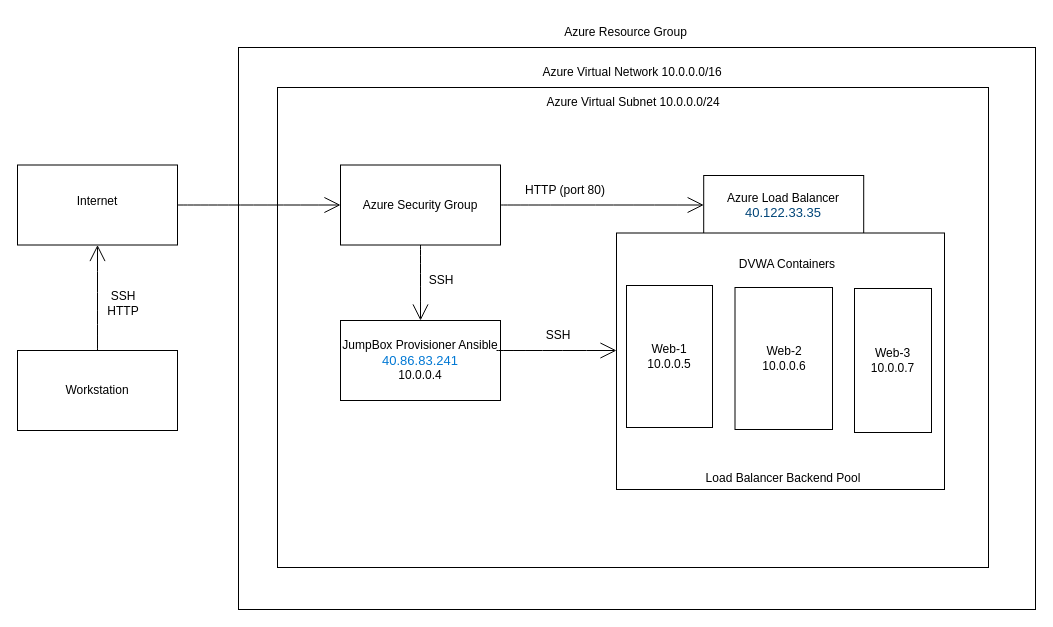
Before: HW12CloudUnit.drawio in esteveziegler/literate-octo-sniffle, a draw.io diagram. Source tidied: cells renumbered, new cells numbered last; positions are measured from the earlier drawing's top-left corner, leaving out a move shared by most shapes. Both pictures are drawn from the tidied source at 100%, with x=0, y=0 at pixel (17, 17).
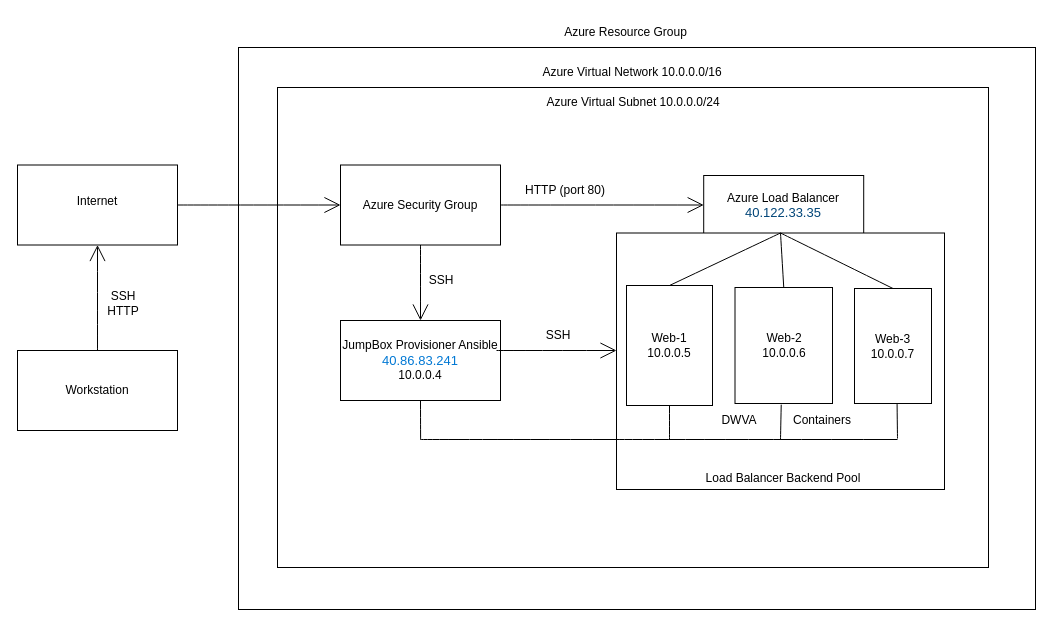
After the change.

The change refers to these unchanged cells:
```xml
<mxCell id="20" value="JumpBox Provisioner Ansible&lt;br&gt;&lt;span style=&quot;color: rgb(0 , 120 , 212) ; font-family: &amp;#34;az_ea_font&amp;#34; , &amp;#34;segoe ui&amp;#34; , &amp;#34;az_font&amp;#34; , , , &amp;#34;blinkmacsystemfont&amp;#34; , &amp;#34;roboto&amp;#34; , &amp;#34;oxygen&amp;#34; , &amp;#34;ubuntu&amp;#34; , &amp;#34;cantarell&amp;#34; , &amp;#34;open sans&amp;#34; , &amp;#34;helvetica neue&amp;#34; , sans-serif ; font-size: 13px&quot;&gt;40.86.83.241&lt;br&gt;&lt;/span&gt;10.0.0.4" style="rounded=0;whiteSpace=wrap;html=1;hachureGap=4;" parent="1" vertex="1">
  <mxGeometry x="323" y="303" width="160" height="80" as="geometry" />
</mxCell>
<mxCell id="23" style="rounded=0;whiteSpace=wrap;html=1;hachureGap=4;" parent="1" vertex="1">
  <mxGeometry x="599" y="215.5" width="328" height="256.5" as="geometry" />
</mxCell>
```

What changed in the source:
```diff
@@
     <mxCell id="24" value="Web-1&lt;br&gt;10.0.0.5" style="rounded=0;whiteSpace=wrap;html=1;hachureGap=4;" parent="1" vertex="1">
-      <mxGeometry x="609" y="268" width="86" height="142" as="geometry" />
+      <mxGeometry x="609" y="268" width="86" height="120" as="geometry" />
     </mxCell>
     <mxCell id="25" value="Web-2&lt;br&gt;10.0.0.6" style="rounded=0;whiteSpace=wrap;html=1;hachureGap=4;" parent="1" vertex="1">
-      <mxGeometry x="717.5" y="270" width="97.5" height="142" as="geometry" />
+      <mxGeometry x="717.5" y="270" width="97.5" height="116" as="geometry" />
     </mxCell>
     <mxCell id="26" value="Web-3&lt;br&gt;10.0.0.7" style="rounded=0;whiteSpace=wrap;html=1;hachureGap=4;" parent="1" vertex="1">
-      <mxGeometry x="837" y="271" width="77" height="144" as="geometry" />
+      <mxGeometry x="837" y="271" width="77" height="115" as="geometry" />
     </mxCell>
@@
-    <mxCell id="28" value="DVWA Containers" style="text;strokeColor=none;fillColor=none;html=1;align=center;verticalAlign=middle;whiteSpace=wrap;rounded=0;hachureGap=4;" parent="1" vertex="1">
-      <mxGeometry x="709" y="232" width="122" height="30" as="geometry" />
-    </mxCell>
@@
+    <mxCell id="30" style="endArrow=none;html=1;rounded=0;startSize=14;endSize=14;sourcePerimeterSpacing=8;targetPerimeterSpacing=8;curved=1;entryX=0.5;entryY=1;entryDx=0;entryDy=0;" parent="1" edge="1" target="20">
+      <mxGeometry relative="1" as="geometry">
+        <mxPoint x="403.1" y="422" as="sourcePoint" />
+      </mxGeometry>
+    </mxCell>
+    <mxCell id="31" style="endArrow=none;html=1;rounded=0;startSize=14;endSize=14;sourcePerimeterSpacing=8;targetPerimeterSpacing=8;curved=1;entryX=0.474;entryY=1.01;entryDx=0;entryDy=0;entryPerimeter=0;" parent="1" edge="1" target="25">
+      <mxGeometry relative="1" as="geometry">
+        <mxPoint x="763" y="422" as="sourcePoint" />
+      </mxGeometry>
+    </mxCell>
+    <mxCell id="32" style="endArrow=none;html=1;rounded=0;startSize=14;endSize=14;sourcePerimeterSpacing=8;targetPerimeterSpacing=8;curved=1;entryX=0.5;entryY=1;entryDx=0;entryDy=0;" parent="1" edge="1" target="24">
+      <mxGeometry relative="1" as="geometry">
+        <mxPoint x="652" y="422" as="sourcePoint" />
+      </mxGeometry>
+    </mxCell>
+    <mxCell id="33" style="endArrow=none;html=1;rounded=0;startSize=14;endSize=14;sourcePerimeterSpacing=8;curved=1;" parent="1" edge="1">
+      <mxGeometry relative="1" as="geometry">
+        <mxPoint x="597.2" y="422" as="sourcePoint" />
+        <mxPoint x="880" y="422" as="targetPoint" />
+      </mxGeometry>
+    </mxCell>
+    <mxCell id="34" style="endArrow=none;html=1;rounded=0;startSize=14;endSize=14;sourcePerimeterSpacing=8;targetPerimeterSpacing=8;curved=1;" parent="1" edge="1">
+      <mxGeometry relative="1" as="geometry">
+        <mxPoint x="873" y="417" as="sourcePoint" />
+        <mxPoint x="873" y="417" as="targetPoint" />
+      </mxGeometry>
+    </mxCell>
+    <mxCell id="35" style="endArrow=none;html=1;rounded=0;startSize=14;endSize=14;sourcePerimeterSpacing=8;targetPerimeterSpacing=8;curved=1;entryX=0.553;entryY=1.005;entryDx=0;entryDy=0;entryPerimeter=0;" parent="1" edge="1" target="26">
+      <mxGeometry relative="1" as="geometry">
+        <mxPoint x="880" y="421" as="sourcePoint" />
+      </mxGeometry>
+    </mxCell>
+    <mxCell id="36" value="DWVA" style="text;strokeColor=none;fillColor=none;html=1;align=center;verticalAlign=middle;whiteSpace=wrap;rounded=0;hachureGap=4;" parent="1" vertex="1">
+      <mxGeometry x="691.5" y="388" width="60" height="30" as="geometry" />
+    </mxCell>
+    <mxCell id="37" value="Containers" style="text;strokeColor=none;fillColor=none;html=1;align=center;verticalAlign=middle;whiteSpace=wrap;rounded=0;hachureGap=4;" parent="1" vertex="1">
+      <mxGeometry x="775" y="388" width="60" height="30" as="geometry" />
+    </mxCell>
+    <mxCell id="38" style="endArrow=none;html=1;rounded=0;startSize=14;endSize=14;sourcePerimeterSpacing=8;targetPerimeterSpacing=8;curved=1;" parent="1" edge="1">
+      <mxGeometry relative="1" as="geometry">
+        <mxPoint x="403" y="422" as="sourcePoint" />
+        <mxPoint x="599" y="422" as="targetPoint" />
+      </mxGeometry>
+    </mxCell>
+    <mxCell id="39" style="endArrow=none;html=1;rounded=0;startSize=14;endSize=14;sourcePerimeterSpacing=8;targetPerimeterSpacing=8;curved=1;exitX=0.5;exitY=0;exitDx=0;exitDy=0;entryX=0.5;entryY=0;entryDx=0;entryDy=0;" parent="1" edge="1" source="23" target="24">
+      <mxGeometry relative="1" as="geometry" />
+    </mxCell>
+    <mxCell id="40" style="endArrow=none;html=1;rounded=0;startSize=14;endSize=14;sourcePerimeterSpacing=8;targetPerimeterSpacing=8;curved=1;exitX=0.5;exitY=0;exitDx=0;exitDy=0;entryX=0.5;entryY=0;entryDx=0;entryDy=0;" parent="1" edge="1" source="23" target="25">
+      <mxGeometry relative="1" as="geometry" />
+    </mxCell>
+    <mxCell id="41" style="endArrow=none;html=1;rounded=0;startSize=14;endSize=14;sourcePerimeterSpacing=8;targetPerimeterSpacing=8;curved=1;exitX=0.5;exitY=0;exitDx=0;exitDy=0;entryX=0.5;entryY=0;entryDx=0;entryDy=0;" parent="1" edge="1" source="23" target="26">
+      <mxGeometry relative="1" as="geometry" />
+    </mxCell>
```
